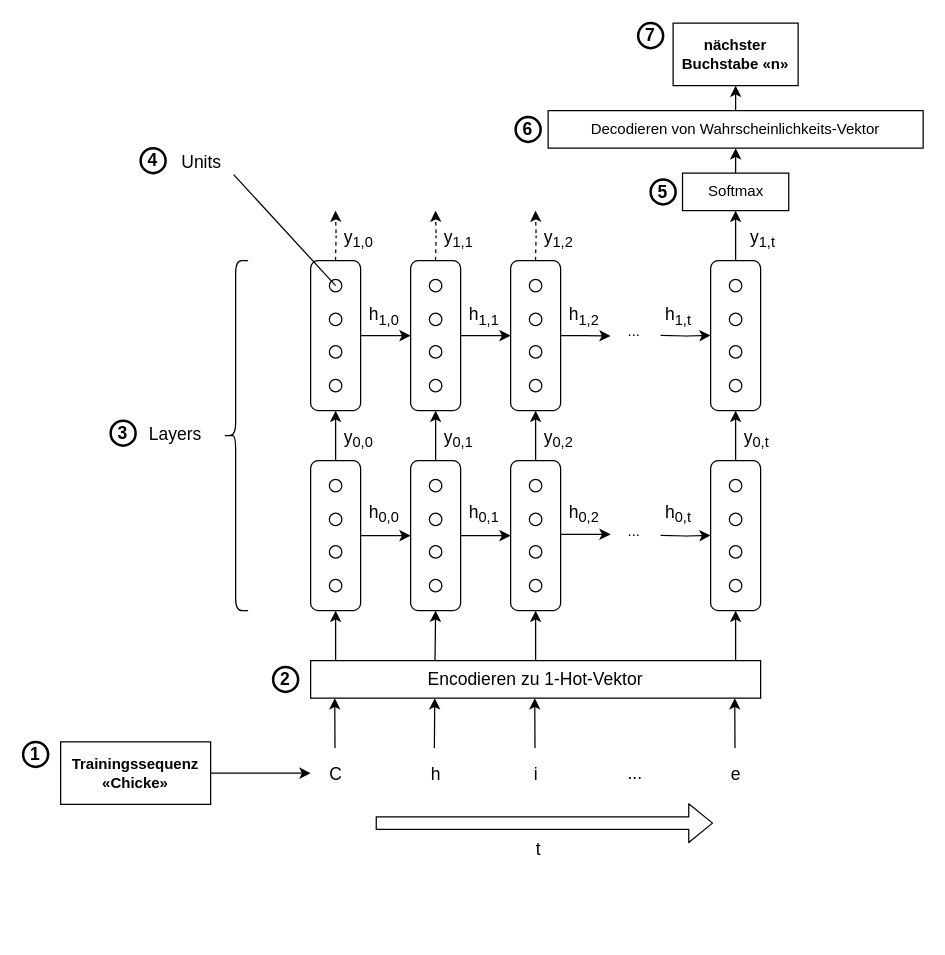
Before: docs/src/images/diagrams/model.drawio in samuelblattner/ffhs-sema, a draw.io diagram. Source tidied: cells renumbered, new cells numbered last; positions are measured from the earlier drawing's top-left corner, leaving out a move shared by most shapes. Both pictures are drawn from the tidied source at 125%, with x=0, y=0 at pixel (22, 22).
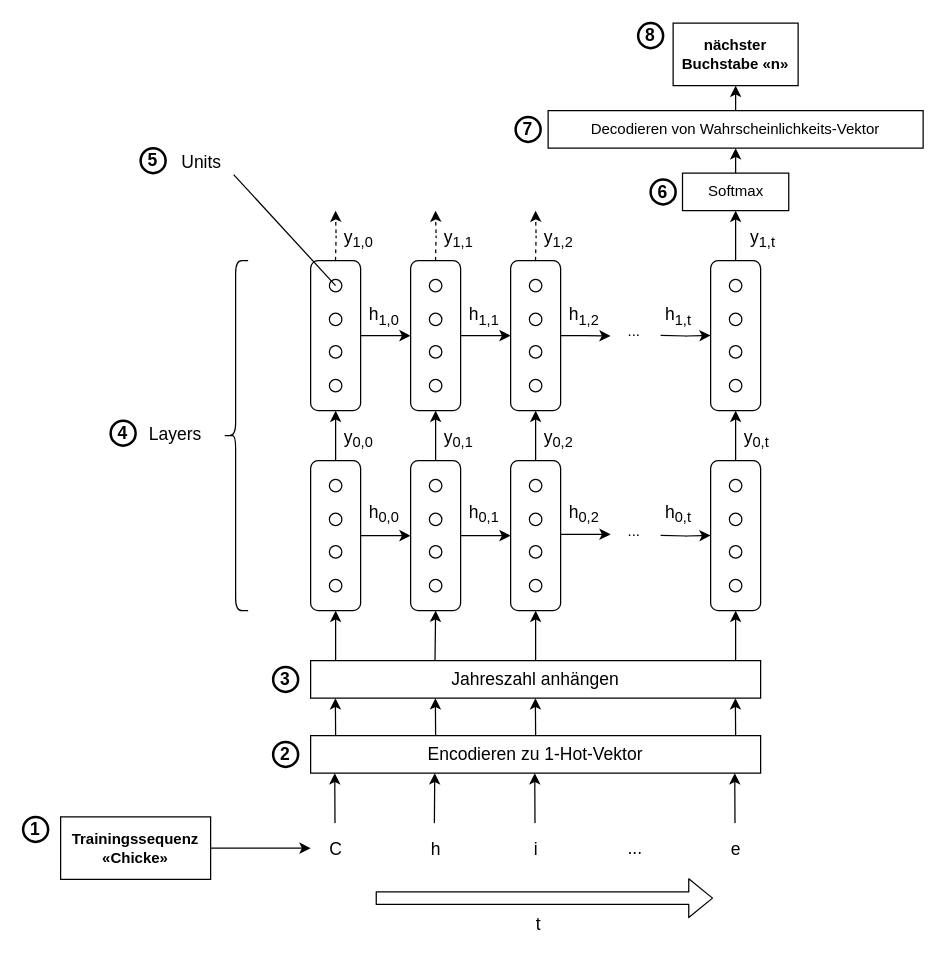
The same page after the edit.

Diff of the diagram source:
```diff
@@
     <mxCell id="77" value="C" style="text;html=1;align=center;verticalAlign=top;spacingTop=-4;fontSize=14;" parent="1" vertex="1">
-      <mxGeometry x="240" y="590" width="20" height="20" as="geometry" />
+      <mxGeometry x="240" y="650" width="20" height="20" as="geometry" />
     </mxCell>
     <mxCell id="78" value="h" style="text;html=1;align=center;verticalAlign=top;spacingTop=-4;fontSize=14;" parent="1" vertex="1">
-      <mxGeometry x="320" y="590" width="20" height="20" as="geometry" />
+      <mxGeometry x="320" y="650" width="20" height="20" as="geometry" />
     </mxCell>
     <mxCell id="79" value="i" style="text;html=1;align=center;verticalAlign=top;spacingTop=-4;fontSize=14;" parent="1" vertex="1">
-      <mxGeometry x="400" y="590" width="20" height="20" as="geometry" />
+      <mxGeometry x="400" y="650" width="20" height="20" as="geometry" />
     </mxCell>
     <mxCell id="80" value="..." style="text;html=1;fontSize=14;" parent="1" vertex="1">
-      <mxGeometry x="482" y="585" width="40" height="30" as="geometry" />
+      <mxGeometry x="482" y="645" width="40" height="30" as="geometry" />
     </mxCell>
     <mxCell id="81" value="e" style="text;html=1;align=center;verticalAlign=top;spacingTop=-4;fontSize=14;" parent="1" vertex="1">
-      <mxGeometry x="560" y="590" width="20" height="20" as="geometry" />
+      <mxGeometry x="560" y="650" width="20" height="20" as="geometry" />
     </mxCell>
@@
     <mxCell id="97" style="edgeStyle=orthogonalEdgeStyle;rounded=0;jettySize=auto;html=1;fontSize=14;" parent="1" edge="1" source="98">
       <mxGeometry relative="1" as="geometry">
-        <mxPoint x="230" y="600" as="targetPoint" />
+        <mxPoint x="230" y="660" as="targetPoint" />
       </mxGeometry>
     </mxCell>
     <mxCell id="98" value="Trainingssequenz «Chicke»" style="rounded=0;whiteSpace=wrap;html=1;fontSize=12;align=center;fontStyle=1;" parent="1" vertex="1">
-      <mxGeometry x="30" y="575" width="120" height="50" as="geometry" />
+      <mxGeometry x="30" y="635" width="120" height="50" as="geometry" />
     </mxCell>
@@
     <mxCell id="100" style="shape=flexArrow;endArrow=classic;html=1;fontSize=14;" parent="1" edge="1">
       <mxGeometry relative="1" as="geometry">
-        <mxPoint x="282" y="640" as="sourcePoint" />
-        <mxPoint x="552" y="640" as="targetPoint" />
+        <mxPoint x="282" y="700" as="sourcePoint" />
+        <mxPoint x="552" y="700" as="targetPoint" />
       </mxGeometry>
     </mxCell>
@@
     <mxCell id="106" value="&lt;div style=&quot;text-align: center&quot;&gt;&lt;span&gt;Encodieren zu 1-Hot-Vektor&lt;/span&gt;&lt;/div&gt;" style="rounded=0;whiteSpace=wrap;html=1;fontSize=14;align=center;" parent="1" vertex="1">
-      <mxGeometry x="230" y="510" width="360" height="30" as="geometry" />
+      <mxGeometry x="230" y="570" width="360" height="30" as="geometry" />
     </mxCell>
     <mxCell id="107" style="endArrow=classic;html=1;fontSize=14;entryX=0.5;entryY=1;entryDx=0;entryDy=0;" parent="1" edge="1">
       <mxGeometry relative="1" as="geometry">
-        <mxPoint x="249.5" y="580" as="sourcePoint" />
-        <mxPoint x="249.3" y="540.1" as="targetPoint" />
+        <mxPoint x="249.5" y="640" as="sourcePoint" />
+        <mxPoint x="249.3" y="600.1" as="targetPoint" />
       </mxGeometry>
     </mxCell>
     <mxCell id="108" style="endArrow=classic;html=1;fontSize=14;entryX=0.5;entryY=1;entryDx=0;entryDy=0;" parent="1" edge="1">
       <mxGeometry relative="1" as="geometry">
-        <mxPoint x="329" y="580" as="sourcePoint" />
-        <mxPoint x="329.3" y="540.1" as="targetPoint" />
+        <mxPoint x="329" y="640" as="sourcePoint" />
+        <mxPoint x="329.3" y="600.1" as="targetPoint" />
       </mxGeometry>
     </mxCell>
     <mxCell id="109" style="endArrow=classic;html=1;fontSize=14;entryX=0.5;entryY=1;entryDx=0;entryDy=0;" parent="1" edge="1">
       <mxGeometry relative="1" as="geometry">
-        <mxPoint x="409.5" y="580" as="sourcePoint" />
-        <mxPoint x="409.3" y="540.1" as="targetPoint" />
+        <mxPoint x="409.5" y="640" as="sourcePoint" />
+        <mxPoint x="409.3" y="600.1" as="targetPoint" />
       </mxGeometry>
     </mxCell>
     <mxCell id="110" style="endArrow=classic;html=1;fontSize=14;entryX=0.5;entryY=1;entryDx=0;entryDy=0;" parent="1" edge="1">
       <mxGeometry relative="1" as="geometry">
-        <mxPoint x="569.5" y="580" as="sourcePoint" />
-        <mxPoint x="569.3" y="540.1" as="targetPoint" />
+        <mxPoint x="569.5" y="640" as="sourcePoint" />
+        <mxPoint x="569.3" y="600.1" as="targetPoint" />
       </mxGeometry>
     </mxCell>
@@
     <mxCell id="113" value="1" style="ellipse;whiteSpace=wrap;html=1;rounded=1;fontSize=14;align=center;fontStyle=1;strokeWidth=2;" parent="1" vertex="1">
-      <mxGeometry y="575" width="20" height="20" as="geometry" />
+      <mxGeometry y="635" width="20" height="20" as="geometry" />
     </mxCell>
     <mxCell id="114" value="2" style="ellipse;whiteSpace=wrap;html=1;rounded=1;fontSize=14;align=center;fontStyle=1;strokeWidth=2;" parent="1" vertex="1">
-      <mxGeometry x="200" y="515" width="20" height="20" as="geometry" />
+      <mxGeometry x="200" y="575" width="20" height="20" as="geometry" />
     </mxCell>
-    <mxCell id="115" value="3" style="ellipse;whiteSpace=wrap;html=1;rounded=1;fontSize=14;align=center;fontStyle=1;strokeWidth=2;" parent="1" vertex="1">
+    <mxCell id="115" value="4" style="ellipse;whiteSpace=wrap;html=1;rounded=1;fontSize=14;align=center;fontStyle=1;strokeWidth=2;" parent="1" vertex="1">
       <mxGeometry x="70" y="318" width="20" height="20" as="geometry" />
     </mxCell>
-    <mxCell id="116" value="4" style="ellipse;whiteSpace=wrap;html=1;rounded=1;fontSize=14;align=center;fontStyle=1;strokeWidth=2;" parent="1" vertex="1">
+    <mxCell id="116" value="5" style="ellipse;whiteSpace=wrap;html=1;rounded=1;fontSize=14;align=center;fontStyle=1;strokeWidth=2;" parent="1" vertex="1">
       <mxGeometry x="94" y="100" width="20" height="20" as="geometry" />
     </mxCell>
-    <mxCell id="117" value="5" style="ellipse;whiteSpace=wrap;html=1;rounded=1;fontSize=14;align=center;fontStyle=1;strokeWidth=2;" parent="1" vertex="1">
+    <mxCell id="117" value="6" style="ellipse;whiteSpace=wrap;html=1;rounded=1;fontSize=14;align=center;fontStyle=1;strokeWidth=2;" parent="1" vertex="1">
       <mxGeometry x="502" y="125" width="20" height="20" as="geometry" />
     </mxCell>
-    <mxCell id="118" value="6" style="ellipse;whiteSpace=wrap;html=1;rounded=1;fontSize=14;align=center;fontStyle=1;strokeWidth=2;" parent="1" vertex="1">
+    <mxCell id="118" value="7" style="ellipse;whiteSpace=wrap;html=1;rounded=1;fontSize=14;align=center;fontStyle=1;strokeWidth=2;" parent="1" vertex="1">
       <mxGeometry x="394" y="75" width="20" height="20" as="geometry" />
     </mxCell>
-    <mxCell id="119" value="7" style="ellipse;whiteSpace=wrap;html=1;rounded=1;fontSize=14;align=center;fontStyle=1;strokeWidth=2;" parent="1" vertex="1">
+    <mxCell id="119" value="8" style="ellipse;whiteSpace=wrap;html=1;rounded=1;fontSize=14;align=center;fontStyle=1;strokeWidth=2;" parent="1" vertex="1">
       <mxGeometry x="492" width="20" height="20" as="geometry" />
     </mxCell>
+    <mxCell id="120" value="&lt;div style=&quot;text-align: center&quot;&gt;&lt;span&gt;Jahreszahl anhängen&lt;/span&gt;&lt;/div&gt;" style="rounded=0;whiteSpace=wrap;html=1;fontSize=14;align=center;" parent="1" vertex="1">
+      <mxGeometry x="230" y="510" width="360" height="30" as="geometry" />
+    </mxCell>
+    <mxCell id="121" style="endArrow=classic;html=1;fontSize=14;entryX=0.5;entryY=1;entryDx=0;entryDy=0;" parent="1" edge="1">
+      <mxGeometry relative="1" as="geometry">
+        <mxPoint x="250" y="570" as="sourcePoint" />
+        <mxPoint x="249.8" y="540.1" as="targetPoint" />
+      </mxGeometry>
+    </mxCell>
+    <mxCell id="122" style="endArrow=classic;html=1;fontSize=14;entryX=0.5;entryY=1;entryDx=0;entryDy=0;" parent="1" edge="1">
+      <mxGeometry relative="1" as="geometry">
+        <mxPoint x="330" y="570" as="sourcePoint" />
+        <mxPoint x="329.8" y="540.1" as="targetPoint" />
+      </mxGeometry>
+    </mxCell>
+    <mxCell id="123" style="endArrow=classic;html=1;fontSize=14;entryX=0.5;entryY=1;entryDx=0;entryDy=0;" parent="1" edge="1">
+      <mxGeometry relative="1" as="geometry">
+        <mxPoint x="410" y="570" as="sourcePoint" />
+        <mxPoint x="409.8" y="540.1" as="targetPoint" />
+      </mxGeometry>
+    </mxCell>
+    <mxCell id="124" style="endArrow=classic;html=1;fontSize=14;entryX=0.5;entryY=1;entryDx=0;entryDy=0;" parent="1" edge="1">
+      <mxGeometry relative="1" as="geometry">
+        <mxPoint x="570" y="570" as="sourcePoint" />
+        <mxPoint x="569.8" y="540.1" as="targetPoint" />
+      </mxGeometry>
+    </mxCell>
+    <mxCell id="125" value="3" style="ellipse;whiteSpace=wrap;html=1;rounded=1;fontSize=14;align=center;fontStyle=1;strokeWidth=2;" parent="1" vertex="1">
+      <mxGeometry x="200" y="515" width="20" height="20" as="geometry" />
+    </mxCell>
```
